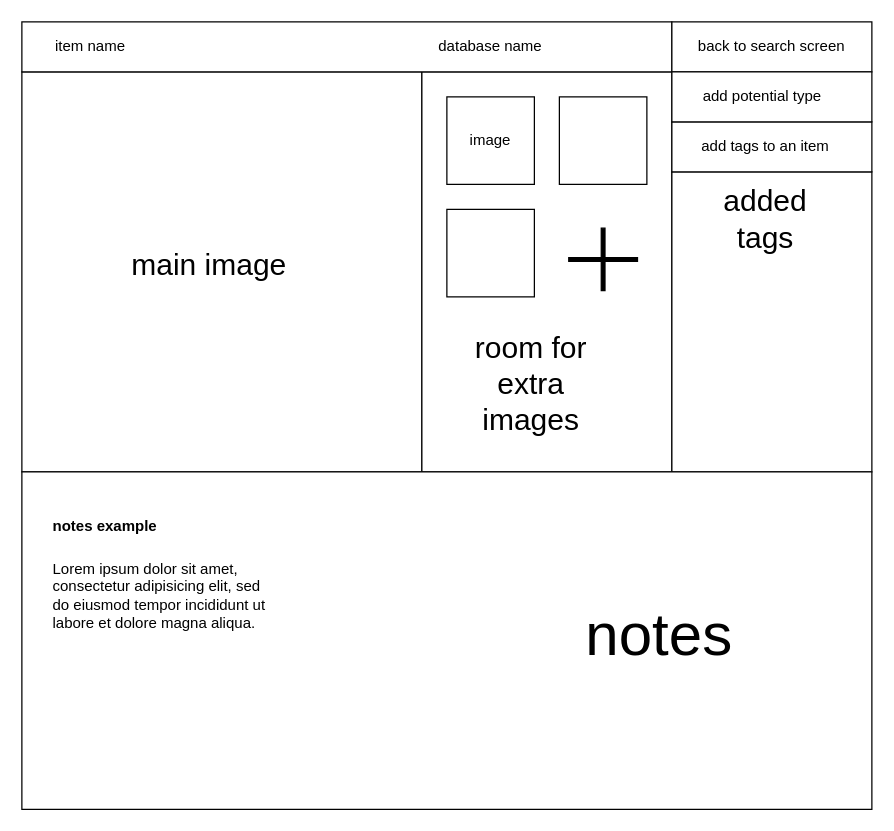
domzerchi/csci-1082-final keeps this draw.io diagram as item page.drawio. Above is the earlier version. Source tidied: cells renumbered, new cells numbered last; positions are measured from the earlier drawing's top-left corner, leaving out a move shared by most shapes. Both pictures are drawn from the tidied source at 125%, with x=0, y=0 at pixel (21, 21).
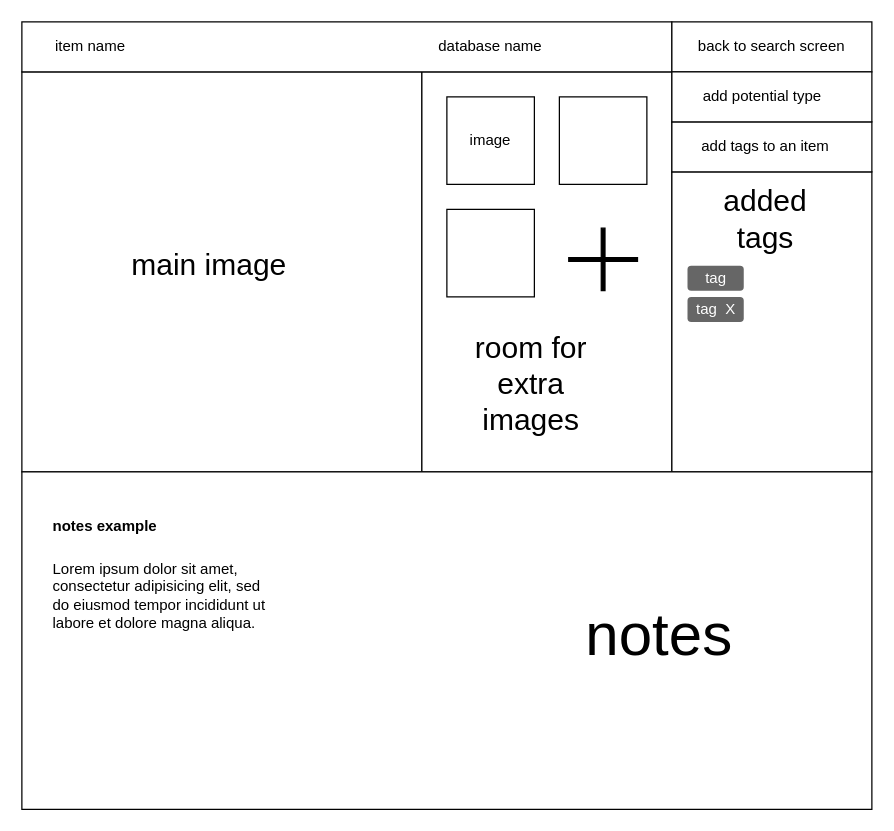
The same page after the edit.

What changed in the source:
```diff
@@
+    <mxCell id="25" value="tag" style="rounded=1;whiteSpace=wrap;html=1;fillColor=#666666;strokeColor=none;fontColor=#FFFFFF;" parent="1" vertex="1">
+      <mxGeometry x="532.5" y="195" width="45" height="20" as="geometry" />
+    </mxCell>
+    <mxCell id="26" value="tag&amp;nbsp; X" style="rounded=1;whiteSpace=wrap;html=1;fillColor=#666666;strokeColor=none;fontColor=#FFFFFF;" parent="1" vertex="1">
+      <mxGeometry x="532.5" y="220" width="45" height="20" as="geometry" />
+    </mxCell>
```
